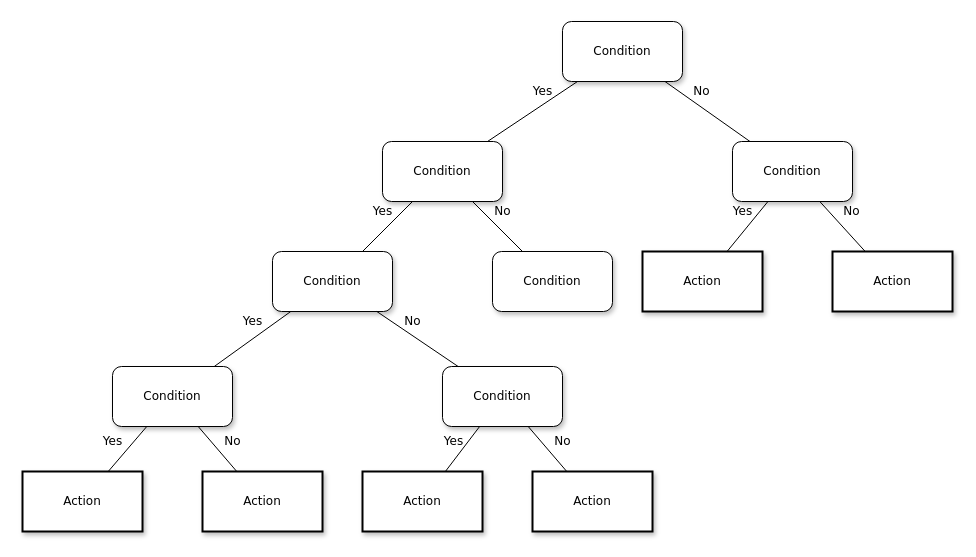
This is Untitled Diagram.drawio from peacewong/diagrams, a draw.io file, before an edit. Source tidied: cells renumbered, new cells numbered last; positions are measured from the earlier drawing's top-left corner, leaving out a move shared by most shapes. Both pictures are drawn from the tidied source at 100%, with x=0, y=0 at pixel (22, 21).
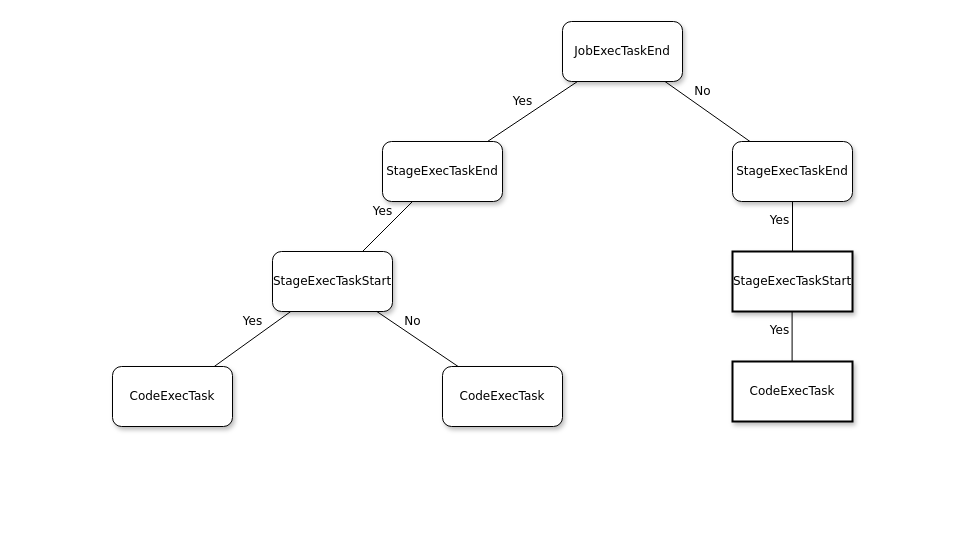
The same page after the edit.

What changed in the source:
```diff
@@
-    <mxCell id="2" value="Condition" style="whiteSpace=wrap;html=1;rounded=1;shadow=1;labelBackgroundColor=none;strokeWidth=1;fontFamily=Verdana;fontSize=12;align=center;" parent="1" vertex="1">
+    <mxCell id="2" value="JobExecTaskEnd" style="whiteSpace=wrap;html=1;rounded=1;shadow=1;labelBackgroundColor=none;strokeWidth=1;fontFamily=Verdana;fontSize=12;align=center;" parent="1" vertex="1">
       <mxGeometry x="540" width="120" height="60" as="geometry" />
     </mxCell>
-    <mxCell id="3" value="&lt;span&gt;Condition&lt;/span&gt;" style="whiteSpace=wrap;html=1;rounded=1;shadow=1;labelBackgroundColor=none;strokeWidth=1;fontFamily=Verdana;fontSize=12;align=center;" parent="1" vertex="1">
+    <mxCell id="3" value="&lt;span&gt;StageExecTaskEnd&lt;/span&gt;" style="whiteSpace=wrap;html=1;rounded=1;shadow=1;labelBackgroundColor=none;strokeWidth=1;fontFamily=Verdana;fontSize=12;align=center;" parent="1" vertex="1">
       <mxGeometry x="360" y="120" width="120" height="60" as="geometry" />
     </mxCell>
-    <mxCell id="4" value="&lt;span&gt;Condition&lt;/span&gt;" style="whiteSpace=wrap;html=1;rounded=1;shadow=1;labelBackgroundColor=none;strokeWidth=1;fontFamily=Verdana;fontSize=12;align=center;" parent="1" vertex="1">
+    <mxCell id="4" value="StageExecTaskEnd" style="whiteSpace=wrap;html=1;rounded=1;shadow=1;labelBackgroundColor=none;strokeWidth=1;fontFamily=Verdana;fontSize=12;align=center;" parent="1" vertex="1">
       <mxGeometry x="710" y="120" width="120" height="60" as="geometry" />
     </mxCell>
-    <mxCell id="5" value="No" style="rounded=0;html=1;labelBackgroundColor=none;startArrow=none;startFill=0;startSize=5;endArrow=none;endFill=0;endSize=5;jettySize=auto;strokeWidth=1;fontFamily=Verdana;fontSize=12;" parent="1" edge="1" source="2" target="4">
-      <mxGeometry x="-0.3" y="13" relative="1" as="geometry" />
-    </mxCell>
     <mxCell id="6" value="Yes" style="rounded=0;html=1;labelBackgroundColor=none;startArrow=none;startFill=0;startSize=5;endArrow=none;endFill=0;endSize=5;jettySize=auto;strokeWidth=1;fontFamily=Verdana;fontSize=12;" parent="1" edge="1" source="2" target="3">
-      <mxGeometry x="-0.36" y="-11" relative="1" as="geometry" />
+      <mxGeometry x="0.05" y="-14" relative="1" as="geometry" />
     </mxCell>
-    <mxCell id="7" value="&lt;span&gt;Condition&lt;/span&gt;" style="whiteSpace=wrap;html=1;rounded=1;shadow=1;labelBackgroundColor=none;strokeWidth=1;fontFamily=Verdana;fontSize=12;align=center;" parent="1" vertex="1">
+    <mxCell id="7" value="StageExecTaskStart" style="whiteSpace=wrap;html=1;rounded=1;shadow=1;labelBackgroundColor=none;strokeWidth=1;fontFamily=Verdana;fontSize=12;align=center;" parent="1" vertex="1">
       <mxGeometry x="250" y="230" width="120" height="60" as="geometry" />
     </mxCell>
-    <mxCell id="8" value="&lt;span&gt;Condition&lt;/span&gt;" style="whiteSpace=wrap;html=1;rounded=1;shadow=1;labelBackgroundColor=none;strokeWidth=1;fontFamily=Verdana;fontSize=12;align=center;" parent="1" vertex="1">
-      <mxGeometry x="470" y="230" width="120" height="60" as="geometry" />
-    </mxCell>
-    <mxCell id="9" value="&lt;span&gt;Action&lt;/span&gt;" style="whiteSpace=wrap;html=1;rounded=0;shadow=1;labelBackgroundColor=none;strokeWidth=2;fontFamily=Verdana;fontSize=12;align=center;" parent="1" vertex="1">
-      <mxGeometry x="620" y="230" width="120" height="60" as="geometry" />
+    <mxCell id="9" value="StageExecTaskStart" style="whiteSpace=wrap;html=1;rounded=0;shadow=1;labelBackgroundColor=none;strokeWidth=2;fontFamily=Verdana;fontSize=12;align=center;" parent="1" vertex="1">
+      <mxGeometry x="710" y="230" width="120" height="60" as="geometry" />
     </mxCell>
-    <mxCell id="10" value="&lt;span&gt;Action&lt;/span&gt;" style="whiteSpace=wrap;html=1;rounded=0;shadow=1;labelBackgroundColor=none;strokeWidth=2;fontFamily=Verdana;fontSize=12;align=center;" parent="1" vertex="1">
-      <mxGeometry x="810" y="230" width="120" height="60" as="geometry" />
+    <mxCell id="10" value="CodeExecTask" style="whiteSpace=wrap;html=1;rounded=0;shadow=1;labelBackgroundColor=none;strokeWidth=2;fontFamily=Verdana;fontSize=12;align=center;" parent="1" vertex="1">
+      <mxGeometry x="710" y="340" width="120" height="60" as="geometry" />
     </mxCell>
-    <mxCell id="11" value="&lt;span&gt;Condition&lt;/span&gt;" style="whiteSpace=wrap;html=1;rounded=1;shadow=1;labelBackgroundColor=none;strokeWidth=1;fontFamily=Verdana;fontSize=12;align=center;" parent="1" vertex="1">
+    <mxCell id="11" value="&lt;span&gt;CodeExecTask&lt;/span&gt;" style="whiteSpace=wrap;html=1;rounded=1;shadow=1;labelBackgroundColor=none;strokeWidth=1;fontFamily=Verdana;fontSize=12;align=center;" parent="1" vertex="1">
       <mxGeometry x="90" y="345" width="120" height="60" as="geometry" />
     </mxCell>
-    <mxCell id="12" value="&lt;span&gt;Condition&lt;/span&gt;" style="whiteSpace=wrap;html=1;rounded=1;shadow=1;labelBackgroundColor=none;strokeWidth=1;fontFamily=Verdana;fontSize=12;align=center;" parent="1" vertex="1">
+    <mxCell id="12" value="CodeExecTask" style="whiteSpace=wrap;html=1;rounded=1;shadow=1;labelBackgroundColor=none;strokeWidth=1;fontFamily=Verdana;fontSize=12;align=center;" parent="1" vertex="1">
       <mxGeometry x="420" y="345" width="120" height="60" as="geometry" />
     </mxCell>
@@
-    <mxCell id="14" value="No" style="rounded=0;html=1;labelBackgroundColor=none;startArrow=none;startFill=0;startSize=5;endArrow=none;endFill=0;endSize=5;jettySize=auto;strokeWidth=1;fontFamily=Verdana;fontSize=12;" parent="1" edge="1" source="3" target="8">
-      <mxGeometry x="-0.2" y="14" relative="1" as="geometry" />
-    </mxCell>
@@
-    <mxCell id="16" value="No" style="rounded=0;html=1;labelBackgroundColor=none;startArrow=none;startFill=0;startSize=5;endArrow=none;endFill=0;endSize=5;jettySize=auto;strokeWidth=1;fontFamily=Verdana;fontSize=12;" parent="1" edge="1" source="4" target="10">
-      <mxGeometry x="-0.13" y="17" relative="1" as="geometry" />
-    </mxCell>
@@
-    <mxCell id="19" value="Action" style="whiteSpace=wrap;html=1;rounded=0;shadow=1;labelBackgroundColor=none;strokeWidth=2;fontFamily=Verdana;fontSize=12;align=center;" parent="1" vertex="1">
-      <mxGeometry y="450" width="120" height="60" as="geometry" />
-    </mxCell>
-    <mxCell id="20" value="&lt;span&gt;Action&lt;/span&gt;" style="whiteSpace=wrap;html=1;rounded=0;shadow=1;labelBackgroundColor=none;strokeWidth=2;fontFamily=Verdana;fontSize=12;align=center;" parent="1" vertex="1">
-      <mxGeometry x="180" y="450" width="120" height="60" as="geometry" />
-    </mxCell>
-    <mxCell id="21" value="&lt;span&gt;Action&lt;/span&gt;" style="whiteSpace=wrap;html=1;rounded=0;shadow=1;labelBackgroundColor=none;strokeWidth=2;fontFamily=Verdana;fontSize=12;align=center;" parent="1" vertex="1">
-      <mxGeometry x="340" y="450" width="120" height="60" as="geometry" />
-    </mxCell>
-    <mxCell id="22" value="&lt;span&gt;Action&lt;/span&gt;" style="whiteSpace=wrap;html=1;rounded=0;shadow=1;labelBackgroundColor=none;strokeWidth=2;fontFamily=Verdana;fontSize=12;align=center;" parent="1" vertex="1">
-      <mxGeometry x="510" y="450" width="120" height="60" as="geometry" />
-    </mxCell>
-    <mxCell id="23" value="Yes" style="rounded=0;html=1;labelBackgroundColor=none;startArrow=none;startFill=0;startSize=5;endArrow=none;endFill=0;endSize=5;jettySize=auto;strokeWidth=1;fontFamily=Verdana;fontSize=12;" parent="1" edge="1" source="11" target="19">
-      <mxGeometry x="0.14" y="-16" relative="1" as="geometry" />
-    </mxCell>
-    <mxCell id="24" value="No" style="rounded=0;html=1;labelBackgroundColor=none;startArrow=none;startFill=0;startSize=5;endArrow=none;endFill=0;endSize=5;jettySize=auto;strokeWidth=1;fontFamily=Verdana;fontSize=12;" parent="1" edge="1" source="11" target="20">
-      <mxGeometry x="0.14" y="16" relative="1" as="geometry" />
-    </mxCell>
-    <mxCell id="25" value="Yes" style="rounded=0;html=1;labelBackgroundColor=none;startArrow=none;startFill=0;startSize=5;endArrow=none;endFill=0;endSize=5;jettySize=auto;strokeWidth=1;fontFamily=Verdana;fontSize=12;" parent="1" edge="1" source="12" target="21">
-      <mxGeometry y="-12" relative="1" as="geometry" />
-    </mxCell>
-    <mxCell id="26" value="No" style="rounded=0;html=1;labelBackgroundColor=none;startArrow=none;startFill=0;startSize=5;endArrow=none;endFill=0;endSize=5;jettySize=auto;strokeWidth=1;fontFamily=Verdana;fontSize=12;" parent="1" edge="1" source="12" target="22">
-      <mxGeometry x="0.14" y="16" relative="1" as="geometry" />
-    </mxCell>
+    <mxCell id="5" value="No" style="rounded=0;html=1;labelBackgroundColor=none;startArrow=none;startFill=0;startSize=5;endArrow=none;endFill=0;endSize=5;jettySize=auto;strokeWidth=1;fontFamily=Verdana;fontSize=12;" parent="1" edge="1" source="2" target="4">
+      <mxGeometry x="-0.3" y="13" relative="1" as="geometry">
+        <mxPoint x="1" as="offset" />
+      </mxGeometry>
+    </mxCell>
+    <mxCell id="27" value="Yes" style="rounded=0;html=1;labelBackgroundColor=none;startArrow=none;startFill=0;startSize=5;endArrow=none;endFill=0;endSize=5;jettySize=auto;orthogonalLoop=1;strokeWidth=1;fontFamily=Verdana;fontSize=12;" parent="1" edge="1">
+      <mxGeometry x="-0.26" y="-13" relative="1" as="geometry">
+        <mxPoint x="769.6" y="290" as="sourcePoint" />
+        <mxPoint x="769.6" y="340" as="targetPoint" />
+      </mxGeometry>
+    </mxCell>
```
